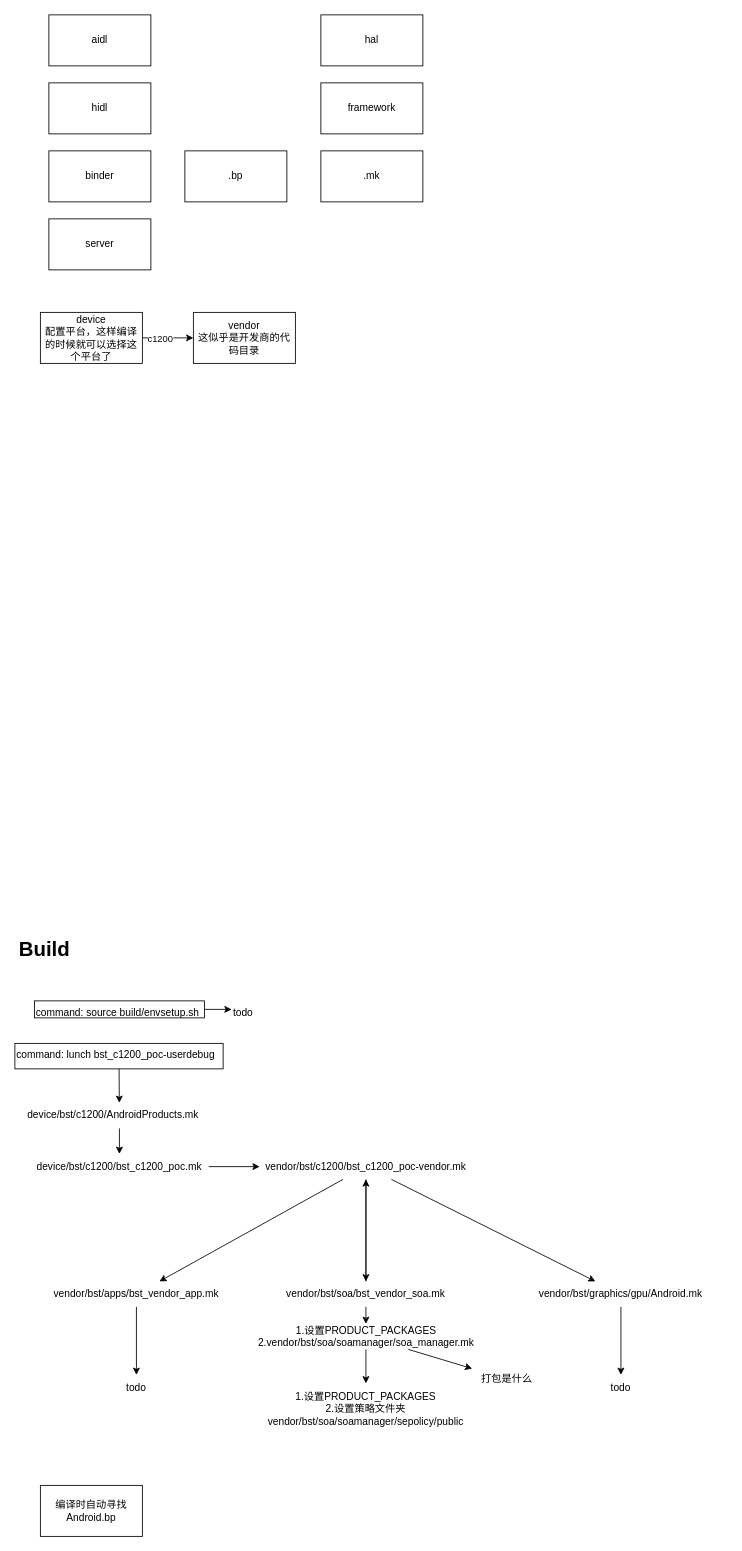
Earlier version of the draw.io diagram Documents/android/android.drawio (superfufufuf/study-notes). Source tidied: cells renumbered, new cells numbered last; positions are measured from the earlier drawing's top-left corner, leaving out a move shared by most shapes. Both pictures are drawn from the tidied source at 85%, with x=0, y=0 at pixel (14, 14).
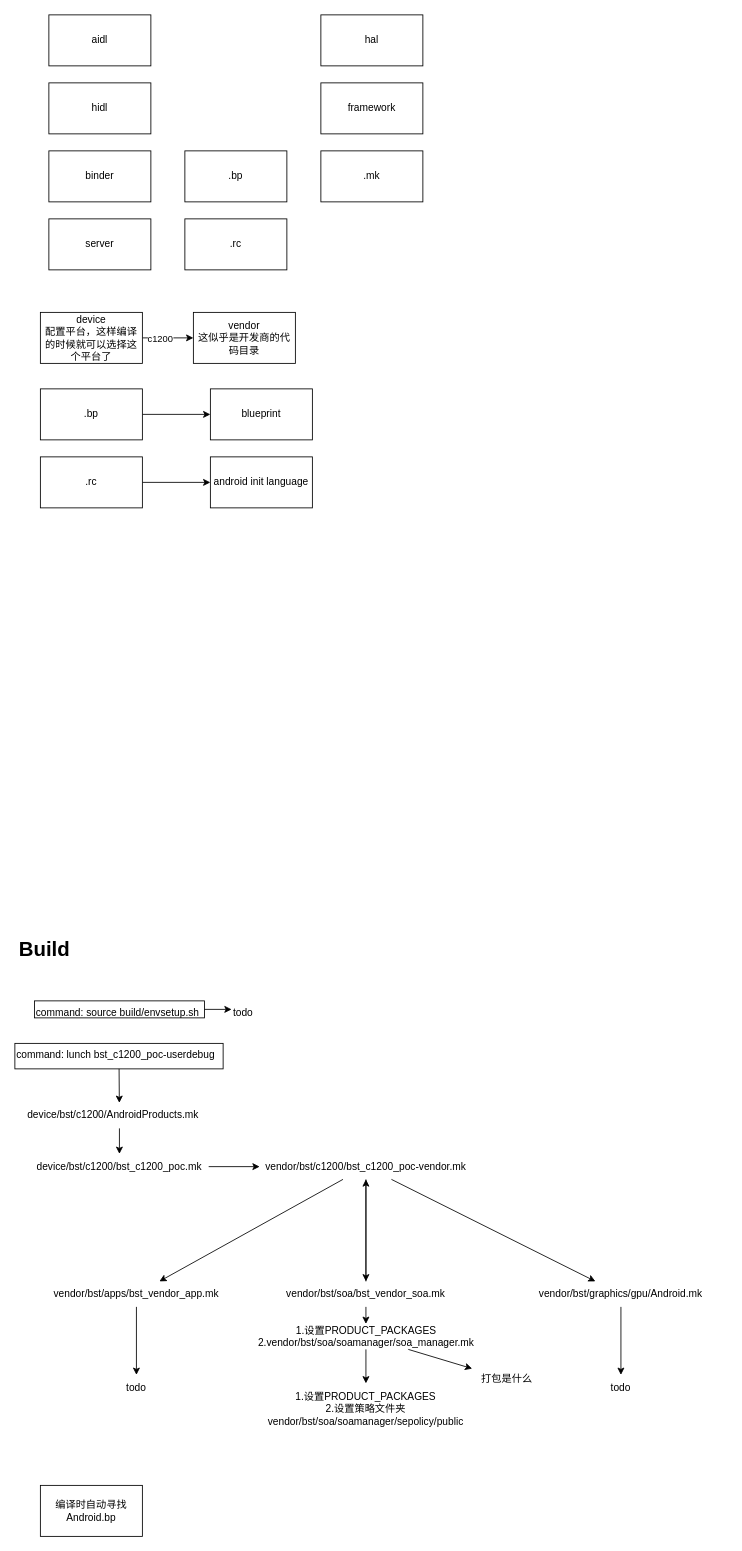
After the change.

Change to the diagram source:
```diff
@@
+    <mxCell id="43" value=".rc" style="rounded=0;whiteSpace=wrap;html=1;" parent="1" vertex="1">
+      <mxGeometry x="200" y="240" width="120" height="60" as="geometry" />
+    </mxCell>
+    <mxCell id="44" style="edgeStyle=none;html=1;" parent="1" edge="1" source="45" target="48">
+      <mxGeometry relative="1" as="geometry" />
+    </mxCell>
+    <mxCell id="45" value=".bp" style="rounded=0;whiteSpace=wrap;html=1;" parent="1" vertex="1">
+      <mxGeometry x="30" y="440" width="120" height="60" as="geometry" />
+    </mxCell>
+    <mxCell id="46" style="edgeStyle=none;html=1;" parent="1" edge="1" source="47" target="49">
+      <mxGeometry relative="1" as="geometry" />
+    </mxCell>
+    <mxCell id="47" value=".rc" style="rounded=0;whiteSpace=wrap;html=1;" parent="1" vertex="1">
+      <mxGeometry x="30" y="520" width="120" height="60" as="geometry" />
+    </mxCell>
+    <mxCell id="48" value="blueprint" style="whiteSpace=wrap;html=1;rounded=0;" parent="1" vertex="1">
+      <mxGeometry x="230" y="440" width="120" height="60" as="geometry" />
+    </mxCell>
+    <mxCell id="49" value="android init language" style="whiteSpace=wrap;html=1;rounded=0;" parent="1" vertex="1">
+      <mxGeometry x="230" y="520" width="120" height="60" as="geometry" />
+    </mxCell>
```
